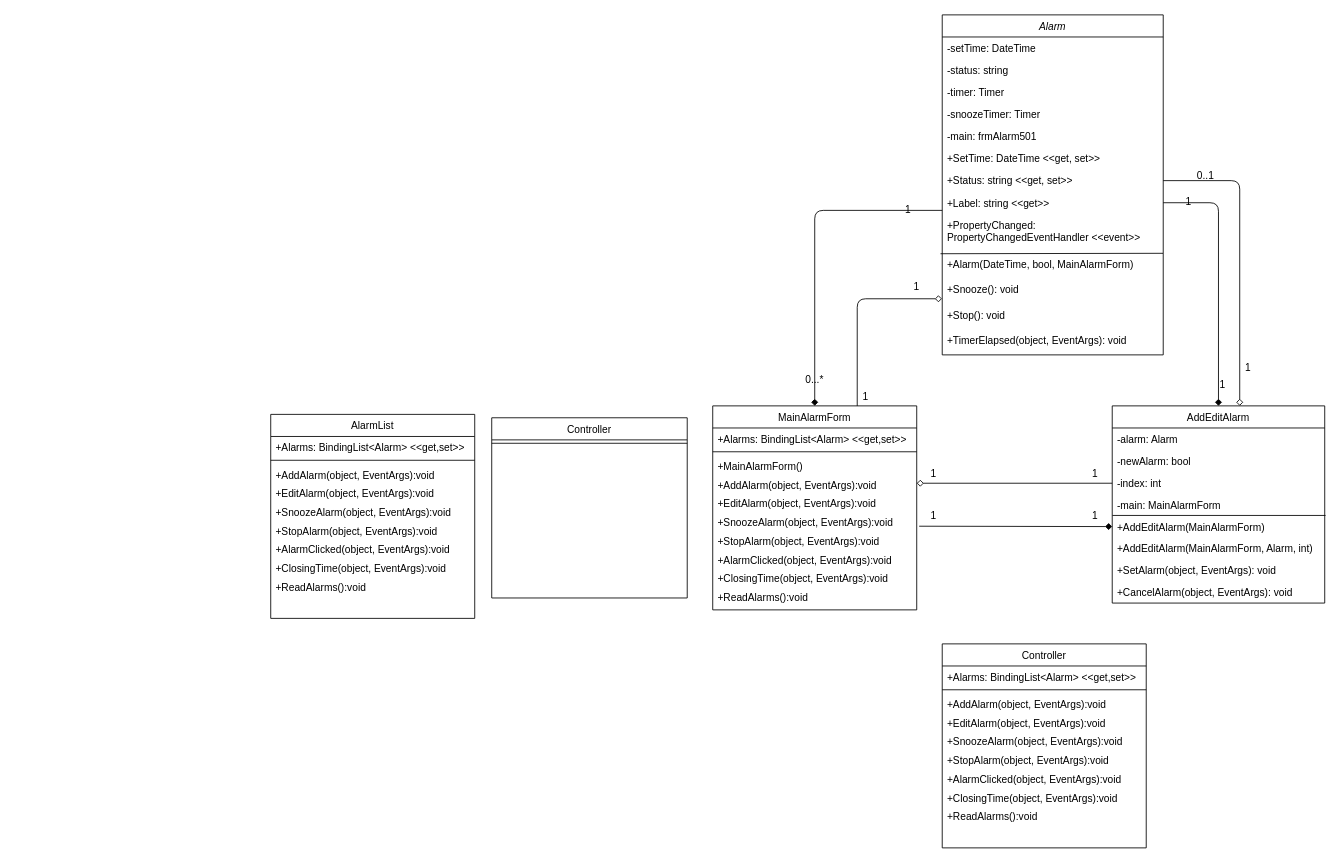
Earlier version of the draw.io diagram Alarm501-CD-P2.drawio (ZacheryHazen/test). Source tidied: cells renumbered, new cells numbered last; positions are measured from the earlier drawing's top-left corner, leaving out a move shared by most shapes. Both pictures are drawn from the tidied source at 85%, with x=0, y=0 at pixel (270, 14).
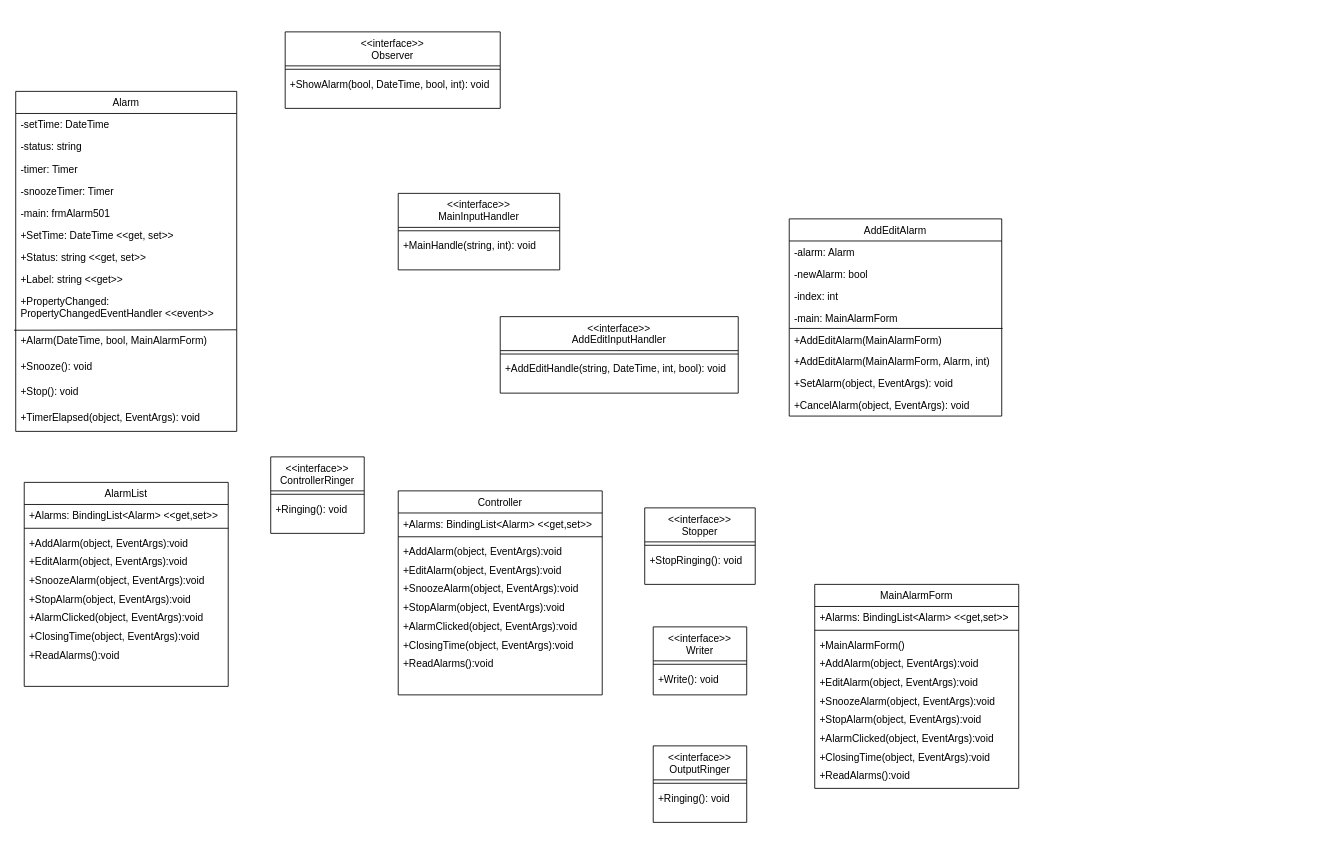
The same page after the edit.

Unchanged cells that the change refers to:
```xml
<mxCell id="9" value="+Status: string &lt;&lt;get, set&gt;&gt;" style="text;align=left;verticalAlign=top;spacingLeft=4;spacingRight=4;overflow=hidden;points=[[0,0.5],[1,0.5]];portConstraint=eastwest;" parent="2" vertex="1">
  <mxGeometry y="182" width="260" height="26" as="geometry" />
</mxCell>
<mxCell id="10" value="+Label: string &lt;&lt;get&gt;&gt;" style="text;align=left;verticalAlign=top;spacingLeft=4;spacingRight=4;overflow=hidden;points=[[0,0.5],[1,0.5]];portConstraint=eastwest;" parent="2" vertex="1">
  <mxGeometry y="208" width="260" height="26" as="geometry" />
</mxCell>
<mxCell id="14" value="+Snooze(): void" style="text;align=left;verticalAlign=top;spacingLeft=4;spacingRight=4;overflow=hidden;points=[[0,0.5],[1,0.5]];portConstraint=eastwest;" parent="2" vertex="1">
  <mxGeometry y="310" width="260" height="30" as="geometry" />
</mxCell>
<mxCell id="21" value="+AddAlarm(object, EventArgs):void" style="text;align=left;verticalAlign=top;spacingLeft=4;spacingRight=4;overflow=hidden;points=[[0,0.5],[1,0.5]];portConstraint=eastwest;" parent="17" vertex="1">
  <mxGeometry y="80" width="240" height="22" as="geometry" />
</mxCell>
<mxCell id="23" value="+SnoozeAlarm(object, EventArgs):void" style="text;align=left;verticalAlign=top;spacingLeft=4;spacingRight=4;overflow=hidden;points=[[0,0.5],[1,0.5]];portConstraint=eastwest;" parent="17" vertex="1">
  <mxGeometry y="124" width="240" height="22" as="geometry" />
</mxCell>
<mxCell id="31" value="-index: int" style="text;align=left;verticalAlign=top;spacingLeft=4;spacingRight=4;overflow=hidden;points=[[0,0.5],[1,0.5]];portConstraint=eastwest;" parent="28" vertex="1">
  <mxGeometry y="78" width="250" height="26" as="geometry" />
</mxCell>
<mxCell id="33" value="+AddEditAlarm(MainAlarmForm)" style="text;align=left;verticalAlign=top;spacingLeft=4;spacingRight=4;overflow=hidden;points=[[0,0.5],[1,0.5]];portConstraint=eastwest;" parent="28" vertex="1">
  <mxGeometry y="130" width="250" height="24" as="geometry" />
</mxCell>
```

Diff of the diagram source:
```diff
@@
-    <mxCell id="2" value="Alarm" style="swimlane;fontStyle=2;align=center;verticalAlign=top;horizontal=1;startSize=26;rounded=0;shadow=0;strokeWidth=1;" parent="1" vertex="1">
-      <mxGeometry x="790" width="260" height="400" as="geometry" />
+    <mxCell id="2" value="Alarm" style="swimlane;fontStyle=0;align=center;verticalAlign=top;horizontal=1;startSize=26;rounded=0;shadow=0;strokeWidth=1;" parent="1" vertex="1">
+      <mxGeometry x="-300" y="90" width="260" height="400" as="geometry" />
     </mxCell>
@@
     <mxCell id="17" value="MainAlarmForm" style="swimlane;fontStyle=0;align=center;verticalAlign=top;horizontal=1;startSize=26;rounded=0;shadow=0;strokeWidth=1;" parent="1" vertex="1">
-      <mxGeometry x="520" y="460" width="240" height="240" as="geometry" />
+      <mxGeometry x="640" y="670" width="240" height="240" as="geometry" />
     </mxCell>
@@
     <mxCell id="28" value="AddEditAlarm" style="swimlane;fontStyle=0;align=center;verticalAlign=top;horizontal=1;startSize=26;rounded=0;shadow=0;strokeWidth=1;" parent="1" vertex="1">
-      <mxGeometry x="990" y="460" width="250" height="232" as="geometry" />
+      <mxGeometry x="610" y="240" width="250" height="232" as="geometry" />
     </mxCell>
@@
-    <mxCell id="38" style="endArrow=none;html=1;endFill=0;exitX=0.5;exitY=0;exitDx=0;exitDy=0;entryX=0;entryY=0.846;entryDx=0;entryDy=0;entryPerimeter=0;startArrow=diamond;startFill=1;" parent="1" edge="1" source="17" target="10">
-      <mxGeometry relative="1" as="geometry">
-        <Array as="points">
-          <mxPoint x="640" y="230" />
-        </Array>
-      </mxGeometry>
-    </mxCell>
-    <mxCell id="39" value="0...*" style="text;html=1;strokeColor=none;fillColor=none;align=center;verticalAlign=middle;whiteSpace=wrap;rounded=0;" parent="1" vertex="1">
-      <mxGeometry x="620" y="420" width="40" height="20" as="geometry" />
-    </mxCell>
-    <mxCell id="40" value="1" style="text;html=1;strokeColor=none;fillColor=none;align=center;verticalAlign=middle;whiteSpace=wrap;rounded=0;" parent="1" vertex="1">
-      <mxGeometry x="730" y="220" width="40" height="20" as="geometry" />
-    </mxCell>
-    <mxCell id="41" style="endArrow=none;html=1;exitX=0.5;exitY=0;exitDx=0;exitDy=0;entryX=1;entryY=0.5;entryDx=0;entryDy=0;endFill=0;startArrow=diamond;startFill=1;" parent="1" edge="1" source="28" target="10">
-      <mxGeometry relative="1" as="geometry">
-        <Array as="points">
-          <mxPoint x="1115" y="221" />
-        </Array>
-      </mxGeometry>
-    </mxCell>
-    <mxCell id="42" value="1" style="text;html=1;strokeColor=none;fillColor=none;align=center;verticalAlign=middle;whiteSpace=wrap;rounded=0;" parent="1" vertex="1">
-      <mxGeometry x="1060" y="210" width="40" height="20" as="geometry" />
-    </mxCell>
-    <mxCell id="43" value="1" style="text;html=1;strokeColor=none;fillColor=none;align=center;verticalAlign=middle;whiteSpace=wrap;rounded=0;" parent="1" vertex="1">
-      <mxGeometry x="1100" y="425" width="40" height="20" as="geometry" />
-    </mxCell>
-    <mxCell id="44" style="endArrow=diamond;html=1;entryX=-0.001;entryY=0.8;entryDx=0;entryDy=0;entryPerimeter=0;endFill=0;" parent="1" edge="1" target="14">
-      <mxGeometry relative="1" as="geometry">
-        <mxPoint x="690" y="460" as="sourcePoint" />
-        <Array as="points">
-          <mxPoint x="690" y="334" />
-        </Array>
-      </mxGeometry>
-    </mxCell>
-    <mxCell id="45" style="endArrow=none;html=1;entryX=1;entryY=0.5;entryDx=0;entryDy=0;endFill=0;startArrow=diamond;startFill=0;" parent="1" edge="1" target="9">
-      <mxGeometry relative="1" as="geometry">
-        <mxPoint x="1140" y="460" as="sourcePoint" />
-        <Array as="points">
-          <mxPoint x="1140" y="195" />
-        </Array>
-      </mxGeometry>
-    </mxCell>
-    <mxCell id="46" value="0..1" style="text;html=1;strokeColor=none;fillColor=none;align=center;verticalAlign=middle;whiteSpace=wrap;rounded=0;" parent="1" vertex="1">
-      <mxGeometry x="1080" y="180" width="40" height="20" as="geometry" />
-    </mxCell>
-    <mxCell id="47" value="1" style="text;html=1;strokeColor=none;fillColor=none;align=center;verticalAlign=middle;whiteSpace=wrap;rounded=0;" parent="1" vertex="1">
-      <mxGeometry x="1130" y="405" width="40" height="20" as="geometry" />
-    </mxCell>
-    <mxCell id="48" value="1" style="text;html=1;strokeColor=none;fillColor=none;align=center;verticalAlign=middle;whiteSpace=wrap;rounded=0;" parent="1" vertex="1">
-      <mxGeometry x="680" y="440" width="40" height="20" as="geometry" />
-    </mxCell>
-    <mxCell id="49" style="endArrow=diamond;html=1;exitX=0;exitY=0.5;exitDx=0;exitDy=0;entryX=1;entryY=0.5;entryDx=0;entryDy=0;endFill=0;" parent="1" edge="1" source="31" target="21">
-      <mxGeometry relative="1" as="geometry" />
-    </mxCell>
-    <mxCell id="50" style="endArrow=diamond;html=1;exitX=1.012;exitY=0.799;exitDx=0;exitDy=0;exitPerimeter=0;entryX=0;entryY=0.5;entryDx=0;entryDy=0;endFill=1;" parent="1" edge="1" source="23" target="33">
-      <mxGeometry relative="1" as="geometry" />
-    </mxCell>
-    <mxCell id="51" value="1" style="text;html=1;strokeColor=none;fillColor=none;align=center;verticalAlign=middle;whiteSpace=wrap;rounded=0;" parent="1" vertex="1">
-      <mxGeometry x="740" y="310" width="40" height="20" as="geometry" />
-    </mxCell>
-    <mxCell id="52" value="1" style="text;html=1;strokeColor=none;fillColor=none;align=center;verticalAlign=middle;whiteSpace=wrap;rounded=0;" parent="1" vertex="1">
-      <mxGeometry x="760" y="530" width="40" height="20" as="geometry" />
-    </mxCell>
-    <mxCell id="53" value="1" style="text;html=1;strokeColor=none;fillColor=none;align=center;verticalAlign=middle;whiteSpace=wrap;rounded=0;" parent="1" vertex="1">
-      <mxGeometry x="950" y="580" width="40" height="20" as="geometry" />
-    </mxCell>
-    <mxCell id="54" value="1" style="text;html=1;strokeColor=none;fillColor=none;align=center;verticalAlign=middle;whiteSpace=wrap;rounded=0;" parent="1" vertex="1">
-      <mxGeometry x="760" y="580" width="40" height="20" as="geometry" />
-    </mxCell>
-    <mxCell id="55" value="1" style="text;html=1;strokeColor=none;fillColor=none;align=center;verticalAlign=middle;whiteSpace=wrap;rounded=0;" parent="1" vertex="1">
-      <mxGeometry x="950" y="530" width="40" height="20" as="geometry" />
-    </mxCell>
     <mxCell id="56" value="Controller" style="swimlane;fontStyle=0;align=center;verticalAlign=top;horizontal=1;startSize=26;rounded=0;shadow=0;strokeWidth=1;" parent="1" vertex="1">
-      <mxGeometry x="790" y="740" width="240" height="240" as="geometry" />
+      <mxGeometry x="150" y="560" width="240" height="240" as="geometry" />
     </mxCell>
@@
     <mxCell id="66" value="AlarmList" style="swimlane;fontStyle=0;align=center;verticalAlign=top;horizontal=1;startSize=26;rounded=0;shadow=0;strokeWidth=1;" parent="1" vertex="1">
-      <mxGeometry y="470" width="240" height="240" as="geometry" />
+      <mxGeometry x="-290" y="550" width="240" height="240" as="geometry" />
     </mxCell>
@@
-    <mxCell id="76" value="Controller" style="swimlane;fontStyle=0;align=center;verticalAlign=top;horizontal=1;startSize=26;rounded=0;shadow=0;strokeWidth=1;" parent="1" vertex="1">
-      <mxGeometry x="260" y="474" width="230" height="212" as="geometry" />
-    </mxCell>
-    <mxCell id="77" style="line;html=1;strokeWidth=1;align=left;verticalAlign=middle;spacingTop=-1;spacingLeft=3;spacingRight=3;labelPosition=right;" parent="76" vertex="1">
-      <mxGeometry y="26" width="230" height="8" as="geometry" />
-    </mxCell>
+    <mxCell id="78" value="&lt;&lt;interface&gt;&gt;&#10;Observer" style="swimlane;fontStyle=0;align=center;verticalAlign=top;horizontal=1;startSize=40;rounded=0;shadow=0;strokeWidth=1;" parent="1" vertex="1">
+      <mxGeometry x="17" y="20" width="253" height="90" as="geometry" />
+    </mxCell>
+    <mxCell id="79" style="line;html=1;strokeWidth=1;align=left;verticalAlign=middle;spacingTop=-1;spacingLeft=3;spacingRight=3;labelPosition=right;" parent="78" vertex="1">
+      <mxGeometry y="40" width="253" height="8" as="geometry" />
+    </mxCell>
+    <mxCell id="80" value="+ShowAlarm(bool, DateTime, bool, int): void" style="text;align=left;verticalAlign=top;spacingLeft=4;spacingRight=4;overflow=hidden;" parent="78" vertex="1">
+      <mxGeometry y="48" width="253" height="22" as="geometry" />
+    </mxCell>
+    <mxCell id="81" value="&lt;&lt;interface&gt;&gt;&#10;ControllerRinger" style="swimlane;fontStyle=0;align=center;verticalAlign=top;horizontal=1;startSize=40;rounded=0;shadow=0;strokeWidth=1;" parent="1" vertex="1">
+      <mxGeometry y="520" width="110" height="90" as="geometry" />
+    </mxCell>
+    <mxCell id="82" style="line;html=1;strokeWidth=1;align=left;verticalAlign=middle;spacingTop=-1;spacingLeft=3;spacingRight=3;labelPosition=right;" parent="81" vertex="1">
+      <mxGeometry y="40" width="110" height="8" as="geometry" />
+    </mxCell>
+    <mxCell id="83" value="+Ringing(): void" style="text;align=left;verticalAlign=top;spacingLeft=4;spacingRight=4;overflow=hidden;" parent="81" vertex="1">
+      <mxGeometry y="48" width="110" height="22" as="geometry" />
+    </mxCell>
+    <mxCell id="84" value="&lt;&lt;interface&gt;&gt;&#10;MainInputHandler" style="swimlane;fontStyle=0;align=center;verticalAlign=top;horizontal=1;startSize=40;rounded=0;shadow=0;strokeWidth=1;" parent="1" vertex="1">
+      <mxGeometry x="150" y="210" width="190" height="90" as="geometry" />
+    </mxCell>
+    <mxCell id="85" style="line;html=1;strokeWidth=1;align=left;verticalAlign=middle;spacingTop=-1;spacingLeft=3;spacingRight=3;labelPosition=right;" parent="84" vertex="1">
+      <mxGeometry y="40" width="190" height="8" as="geometry" />
+    </mxCell>
+    <mxCell id="86" value="+MainHandle(string, int): void" style="text;align=left;verticalAlign=top;spacingLeft=4;spacingRight=4;overflow=hidden;" parent="84" vertex="1">
+      <mxGeometry y="48" width="190" height="22" as="geometry" />
+    </mxCell>
+    <mxCell id="87" value="&lt;&lt;interface&gt;&gt;&#10;AddEditInputHandler" style="swimlane;fontStyle=0;align=center;verticalAlign=top;horizontal=1;startSize=40;rounded=0;shadow=0;strokeWidth=1;" parent="1" vertex="1">
+      <mxGeometry x="270" y="355" width="280" height="90" as="geometry" />
+    </mxCell>
+    <mxCell id="88" style="line;html=1;strokeWidth=1;align=left;verticalAlign=middle;spacingTop=-1;spacingLeft=3;spacingRight=3;labelPosition=right;" parent="87" vertex="1">
+      <mxGeometry y="40" width="280" height="8" as="geometry" />
+    </mxCell>
+    <mxCell id="89" value="+AddEditHandle(string, DateTime, int, bool): void" style="text;align=left;verticalAlign=top;spacingLeft=4;spacingRight=4;overflow=hidden;" parent="87" vertex="1">
+      <mxGeometry y="48" width="280" height="22" as="geometry" />
+    </mxCell>
+    <mxCell id="90" value="&lt;&lt;interface&gt;&gt;&#10;OutputRinger" style="swimlane;fontStyle=0;align=center;verticalAlign=top;horizontal=1;startSize=40;rounded=0;shadow=0;strokeWidth=1;" parent="1" vertex="1">
+      <mxGeometry x="450" y="860" width="110" height="90" as="geometry" />
+    </mxCell>
+    <mxCell id="91" style="line;html=1;strokeWidth=1;align=left;verticalAlign=middle;spacingTop=-1;spacingLeft=3;spacingRight=3;labelPosition=right;" parent="90" vertex="1">
+      <mxGeometry y="40" width="110" height="8" as="geometry" />
+    </mxCell>
+    <mxCell id="92" value="+Ringing(): void" style="text;align=left;verticalAlign=top;spacingLeft=4;spacingRight=4;overflow=hidden;" parent="90" vertex="1">
+      <mxGeometry y="48" width="110" height="22" as="geometry" />
+    </mxCell>
+    <mxCell id="93" value="&lt;&lt;interface&gt;&gt;&#10;Stopper" style="swimlane;fontStyle=0;align=center;verticalAlign=top;horizontal=1;startSize=40;rounded=0;shadow=0;strokeWidth=1;" parent="1" vertex="1">
+      <mxGeometry x="440" y="580" width="130" height="90" as="geometry" />
+    </mxCell>
+    <mxCell id="94" style="line;html=1;strokeWidth=1;align=left;verticalAlign=middle;spacingTop=-1;spacingLeft=3;spacingRight=3;labelPosition=right;" parent="93" vertex="1">
+      <mxGeometry y="40" width="130" height="8" as="geometry" />
+    </mxCell>
+    <mxCell id="95" value="+StopRinging(): void" style="text;align=left;verticalAlign=top;spacingLeft=4;spacingRight=4;overflow=hidden;" parent="93" vertex="1">
+      <mxGeometry y="48" width="130" height="22" as="geometry" />
+    </mxCell>
+    <mxCell id="96" value="&lt;&lt;interface&gt;&gt;&#10;Writer" style="swimlane;fontStyle=0;align=center;verticalAlign=top;horizontal=1;startSize=40;rounded=0;shadow=0;strokeWidth=1;" parent="1" vertex="1">
+      <mxGeometry x="450" y="720" width="110" height="80" as="geometry" />
+    </mxCell>
+    <mxCell id="97" style="line;html=1;strokeWidth=1;align=left;verticalAlign=middle;spacingTop=-1;spacingLeft=3;spacingRight=3;labelPosition=right;" parent="96" vertex="1">
+      <mxGeometry y="40" width="110" height="8" as="geometry" />
+    </mxCell>
+    <mxCell id="98" value="+Write(): void" style="text;align=left;verticalAlign=top;spacingLeft=4;spacingRight=4;overflow=hidden;" parent="96" vertex="1">
+      <mxGeometry y="48" width="110" height="22" as="geometry" />
+    </mxCell>
```
